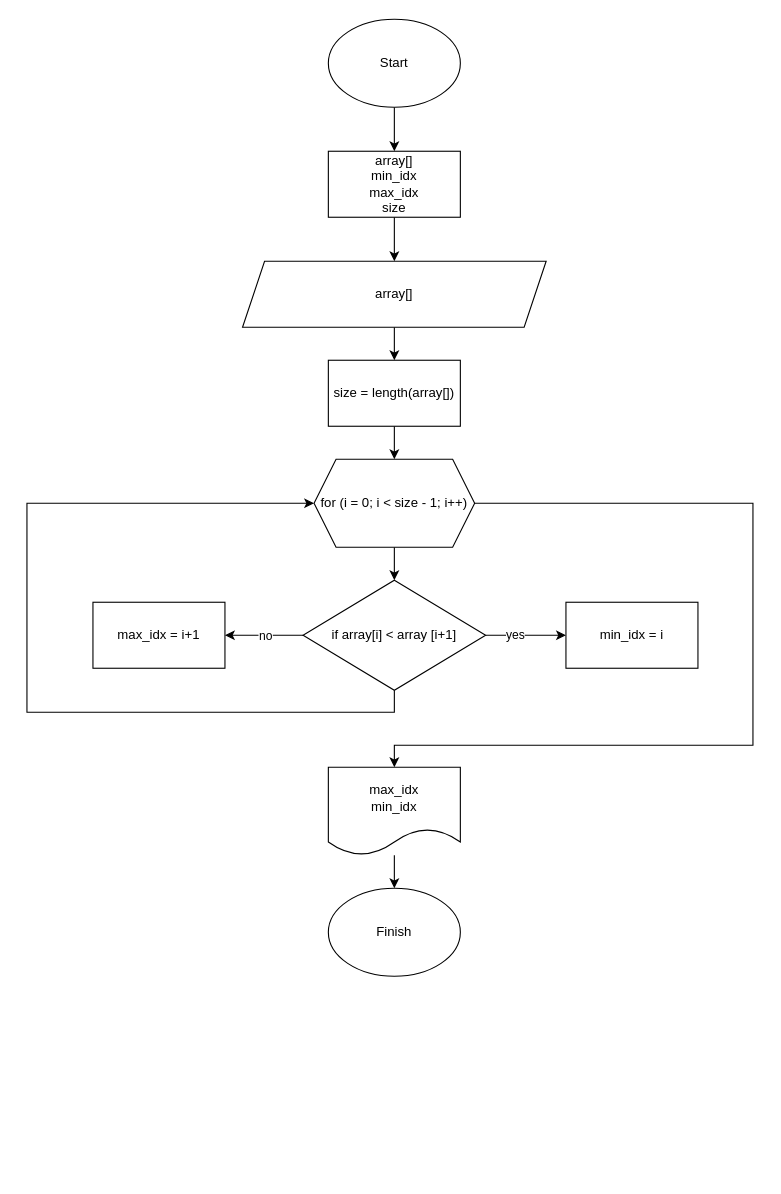
m00700728/Learning2 keeps this draw.io diagram as max_min_in_array.drawio. Above is the earlier version. Source tidied: cells renumbered, new cells numbered last; positions are measured from the earlier drawing's top-left corner, leaving out a move shared by most shapes. Both pictures are drawn from the tidied source at 110%, with x=0, y=0 at pixel (26, 19).
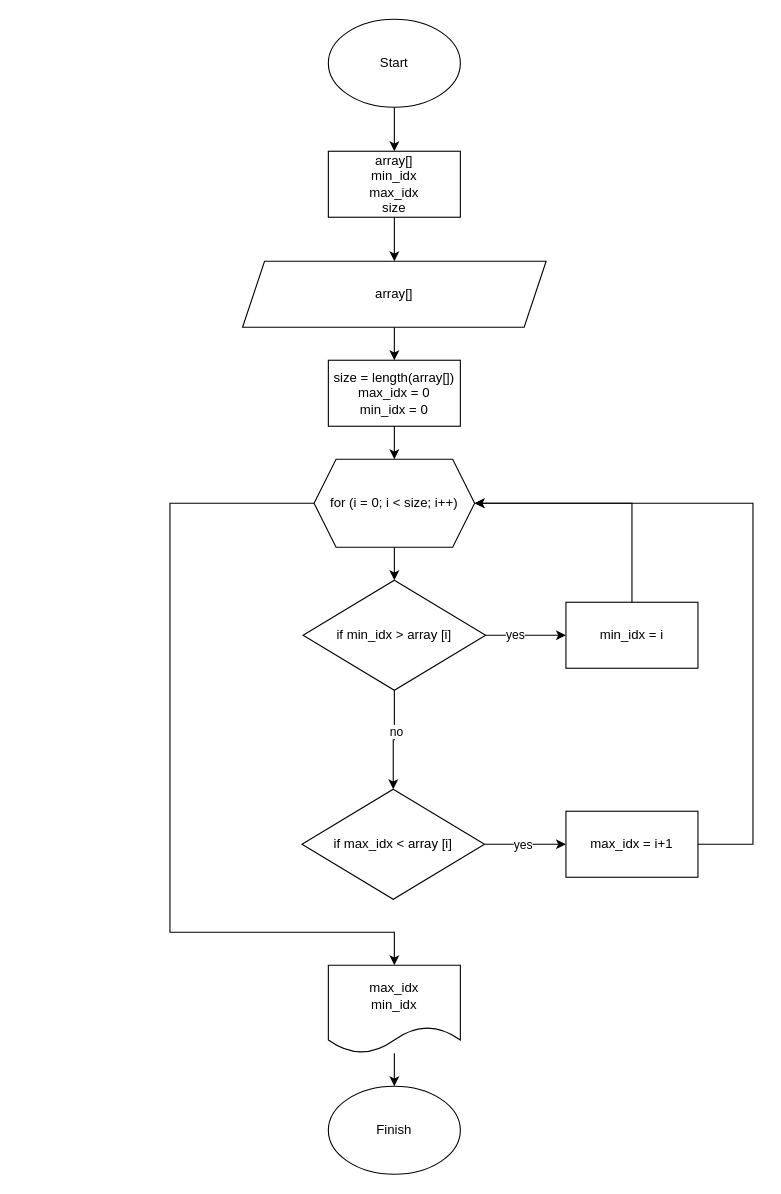
After the change.

Unchanged cells that the change refers to:
```xml
<mxCell id="20" value="min_idx = i" style="rounded=0;whiteSpace=wrap;html=1;" parent="1" vertex="1">
  <mxGeometry x="490" y="530" width="120" height="60" as="geometry" />
</mxCell>
```

Diff of the diagram source:
```diff
@@
     <mxCell id="4" value="Finish" style="ellipse;whiteSpace=wrap;html=1;" parent="1" vertex="1">
-      <mxGeometry x="274" y="790" width="120" height="80" as="geometry" />
+      <mxGeometry x="274" y="970" width="120" height="80" as="geometry" />
     </mxCell>
@@
-    <mxCell id="10" value="size = length(array[])" style="rounded=0;whiteSpace=wrap;html=1;" parent="1" vertex="1">
+    <mxCell id="10" value="size = length(array[])&lt;br&gt;max_idx = 0&lt;br&gt;min_idx = 0" style="rounded=0;whiteSpace=wrap;html=1;" parent="1" vertex="1">
       <mxGeometry x="274" y="310" width="120" height="60" as="geometry" />
     </mxCell>
@@
-    <mxCell id="12" style="edgeStyle=orthogonalEdgeStyle;rounded=0;jettySize=auto;html=1;entryX=0.5;entryY=0;entryDx=0;entryDy=0;exitX=1;exitY=0.5;exitDx=0;exitDy=0;" parent="1" edge="1" source="13" target="23">
+    <mxCell id="12" style="edgeStyle=orthogonalEdgeStyle;rounded=0;jettySize=auto;html=1;entryX=0.5;entryY=0;entryDx=0;entryDy=0;exitX=0;exitY=0.5;exitDx=0;exitDy=0;" parent="1" edge="1" source="13" target="23">
       <mxGeometry relative="1" as="geometry">
         <Array as="points">
-          <mxPoint x="660" y="440" />
-          <mxPoint x="660" y="660" />
-          <mxPoint x="334" y="660" />
+          <mxPoint x="130" y="440" />
+          <mxPoint x="130" y="830" />
+          <mxPoint x="334" y="830" />
         </Array>
       </mxGeometry>
     </mxCell>
-    <mxCell id="13" value="for (i = 0; i &amp;lt; size - 1; i++)" style="shape=hexagon;perimeter=hexagonPerimeter2;whiteSpace=wrap;html=1;fixedSize=1;" parent="1" vertex="1">
+    <mxCell id="13" value="for (i = 0; i &amp;lt; size; i++)" style="shape=hexagon;perimeter=hexagonPerimeter2;whiteSpace=wrap;html=1;fixedSize=1;" parent="1" vertex="1">
       <mxGeometry x="261" y="400" width="146" height="80" as="geometry" />
     </mxCell>
@@
-    <mxCell id="16" style="edgeStyle=orthogonalEdgeStyle;rounded=0;jettySize=auto;html=1;" parent="1" edge="1" source="19" target="21">
-      <mxGeometry relative="1" as="geometry" />
-    </mxCell>
+    <mxCell id="24" style="edgeStyle=orthogonalEdgeStyle;rounded=0;jettySize=auto;html=1;" parent="1" edge="1" source="19" target="29">
+      <mxGeometry relative="1" as="geometry" />
+    </mxCell>
-    <mxCell id="17" value="no" style="edgeLabel;html=1;align=center;verticalAlign=middle;" parent="16" vertex="1">
-      <mxGeometry x="-0.01" relative="1" as="geometry" />
+    <mxCell id="17" value="no" style="edgeLabel;html=1;align=center;verticalAlign=middle;" parent="24" vertex="1">
+      <mxGeometry x="-0.18" y="1" relative="1" as="geometry" />
     </mxCell>
-    <mxCell id="18" style="edgeStyle=orthogonalEdgeStyle;rounded=0;jettySize=auto;html=1;entryX=0;entryY=0.5;entryDx=0;entryDy=0;exitX=0.5;exitY=1;exitDx=0;exitDy=0;" parent="1" edge="1" source="19" target="13">
-      <mxGeometry relative="1" as="geometry">
-        <Array as="points">
-          <mxPoint x="334" y="630" />
-          <mxPoint y="630" />
-          <mxPoint y="440" />
-        </Array>
-      </mxGeometry>
-    </mxCell>
-    <mxCell id="19" value="if array[i] &amp;lt; array [i+1]" style="rhombus;whiteSpace=wrap;html=1;" parent="1" vertex="1">
+    <mxCell id="19" value="if min_idx &amp;gt; array [i]" style="rhombus;whiteSpace=wrap;html=1;" parent="1" vertex="1">
       <mxGeometry x="251" y="510" width="166" height="100" as="geometry" />
     </mxCell>
+    <mxCell id="25" style="edgeStyle=orthogonalEdgeStyle;rounded=0;jettySize=auto;html=1;entryX=1;entryY=0.5;entryDx=0;entryDy=0;" parent="1" edge="1" source="20" target="13">
+      <mxGeometry relative="1" as="geometry">
+        <Array as="points">
+          <mxPoint x="550" y="440" />
+        </Array>
+      </mxGeometry>
+    </mxCell>
@@
+    <mxCell id="26" style="edgeStyle=orthogonalEdgeStyle;rounded=0;jettySize=auto;html=1;entryX=1;entryY=0.5;entryDx=0;entryDy=0;" parent="1" edge="1" source="21" target="13">
+      <mxGeometry relative="1" as="geometry">
+        <Array as="points">
+          <mxPoint x="660" y="750" />
+          <mxPoint x="660" y="440" />
+        </Array>
+      </mxGeometry>
+    </mxCell>
     <mxCell id="21" value="max_idx = i+1" style="rounded=0;whiteSpace=wrap;html=1;" parent="1" vertex="1">
-      <mxGeometry x="60" y="530" width="120" height="60" as="geometry" />
+      <mxGeometry x="490" y="720" width="120" height="60" as="geometry" />
     </mxCell>
@@
     <mxCell id="23" value="max_idx&lt;br&gt;min_idx" style="shape=document;whiteSpace=wrap;html=1;boundedLbl=1;" parent="1" vertex="1">
-      <mxGeometry x="274" y="680" width="120" height="80" as="geometry" />
+      <mxGeometry x="274" y="860" width="120" height="80" as="geometry" />
     </mxCell>
+    <mxCell id="27" style="edgeStyle=orthogonalEdgeStyle;rounded=0;jettySize=auto;html=1;entryX=0;entryY=0.5;entryDx=0;entryDy=0;" parent="1" edge="1" source="29" target="21">
+      <mxGeometry relative="1" as="geometry" />
+    </mxCell>
+    <mxCell id="28" value="yes" style="edgeLabel;html=1;align=center;verticalAlign=middle;" parent="27" vertex="1">
+      <mxGeometry x="-0.07" relative="1" as="geometry" />
+    </mxCell>
+    <mxCell id="29" value="if max_idx &amp;lt; array [i]" style="rhombus;whiteSpace=wrap;html=1;" parent="1" vertex="1">
+      <mxGeometry x="250" y="700" width="166" height="100" as="geometry" />
+    </mxCell>
```
